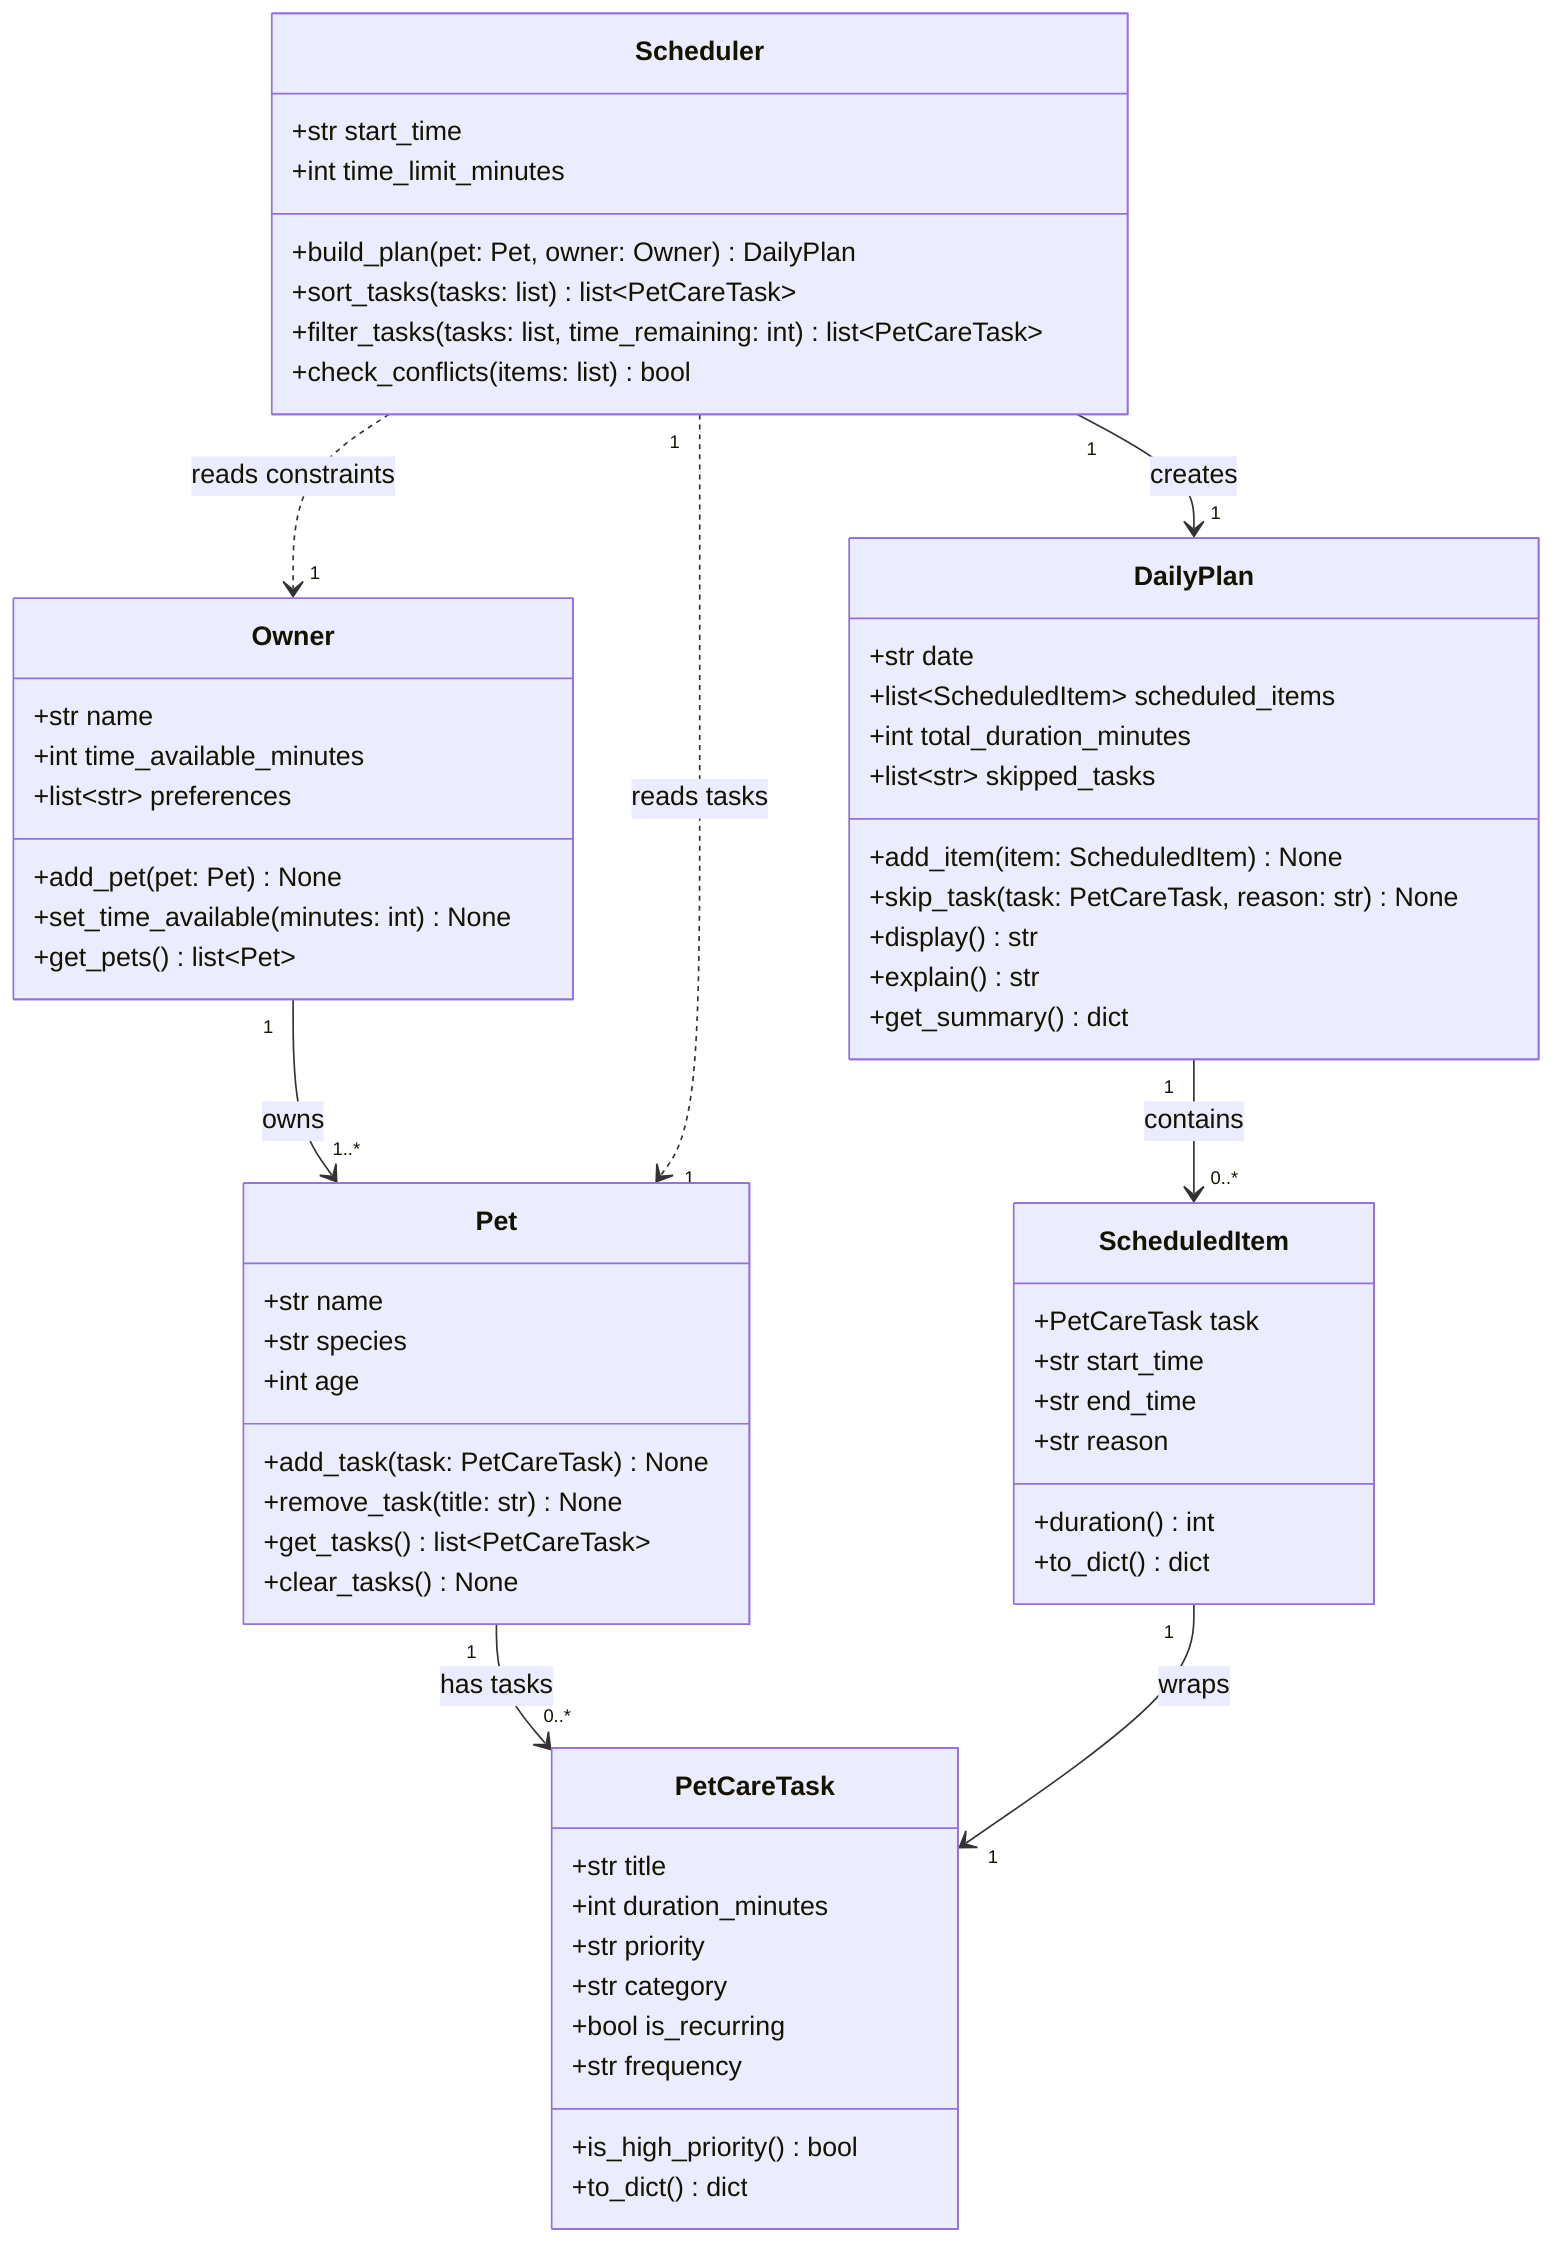
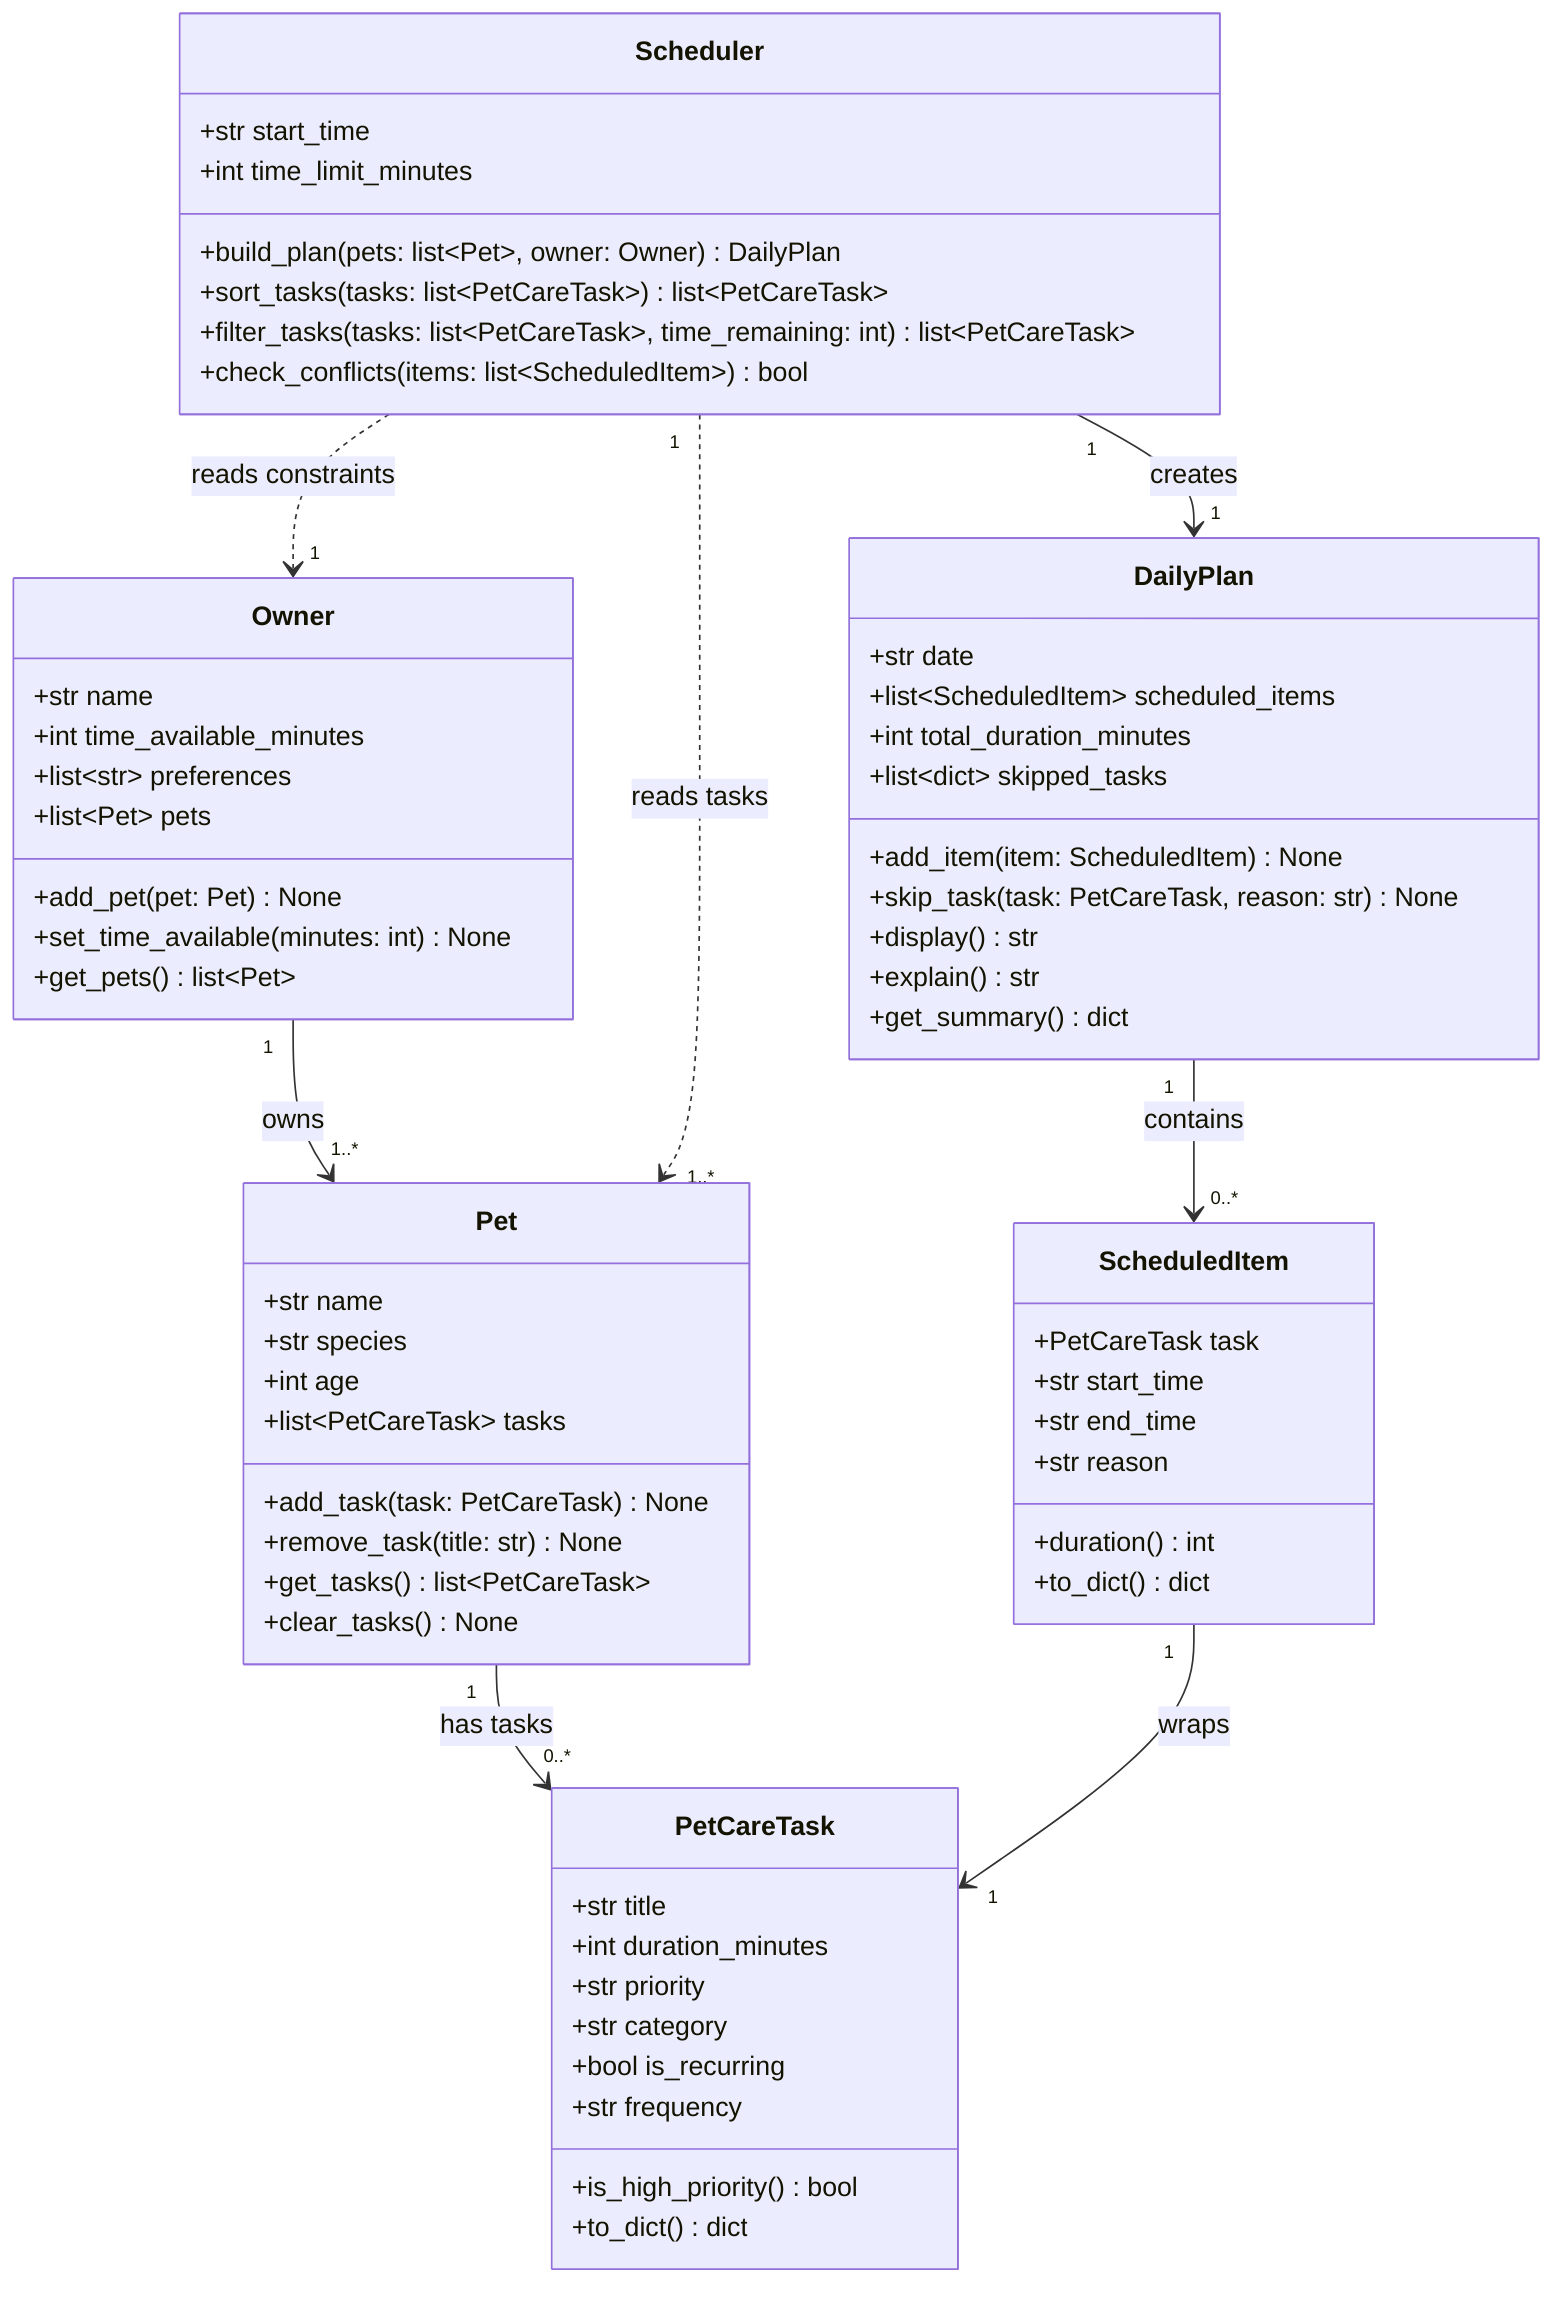
classDiagram
    class Owner {
        +str name
        +int time_available_minutes
        +list~str~ preferences
+         +list~Pet~ pets
        +add_pet(pet: Pet) None
        +set_time_available(minutes: int) None
        +get_pets() list~Pet~
    }

    class Pet {
        +str name
        +str species
        +int age
+         +list~PetCareTask~ tasks
        +add_task(task: PetCareTask) None
        +remove_task(title: str) None
        +get_tasks() list~PetCareTask~
        +clear_tasks() None
    }

    class PetCareTask {
        +str title
        +int duration_minutes
        +str priority
        +str category
        +bool is_recurring
        +str frequency
        +is_high_priority() bool
        +to_dict() dict
    }

    class Scheduler {
        +str start_time
        +int time_limit_minutes
-         +build_plan(pet: Pet, owner: Owner) DailyPlan
-         +sort_tasks(tasks: list) list~PetCareTask~
-         +filter_tasks(tasks: list, time_remaining: int) list~PetCareTask~
-         +check_conflicts(items: list) bool
+         +build_plan(pets: list~Pet~, owner: Owner) DailyPlan
+         +sort_tasks(tasks: list~PetCareTask~) list~PetCareTask~
+         +filter_tasks(tasks: list~PetCareTask~, time_remaining: int) list~PetCareTask~
+         +check_conflicts(items: list~ScheduledItem~) bool
    }

    class DailyPlan {
        +str date
        +list~ScheduledItem~ scheduled_items
        +int total_duration_minutes
-         +list~str~ skipped_tasks
+         +list~dict~ skipped_tasks
        +add_item(item: ScheduledItem) None
        +skip_task(task: PetCareTask, reason: str) None
        +display() str
        +explain() str
        +get_summary() dict
    }

    class ScheduledItem {
        +PetCareTask task
        +str start_time
        +str end_time
        +str reason
        +duration() int
        +to_dict() dict
    }

    Owner "1" --> "1..*" Pet : owns
    Pet "1" --> "0..*" PetCareTask : has tasks
    Scheduler "1" ..> "1" Owner : reads constraints
-     Scheduler "1" ..> "1" Pet : reads tasks
+     Scheduler "1" ..> "1..*" Pet : reads tasks
    Scheduler "1" --> "1" DailyPlan : creates
    DailyPlan "1" --> "0..*" ScheduledItem : contains
    ScheduledItem "1" --> "1" PetCareTask : wraps
